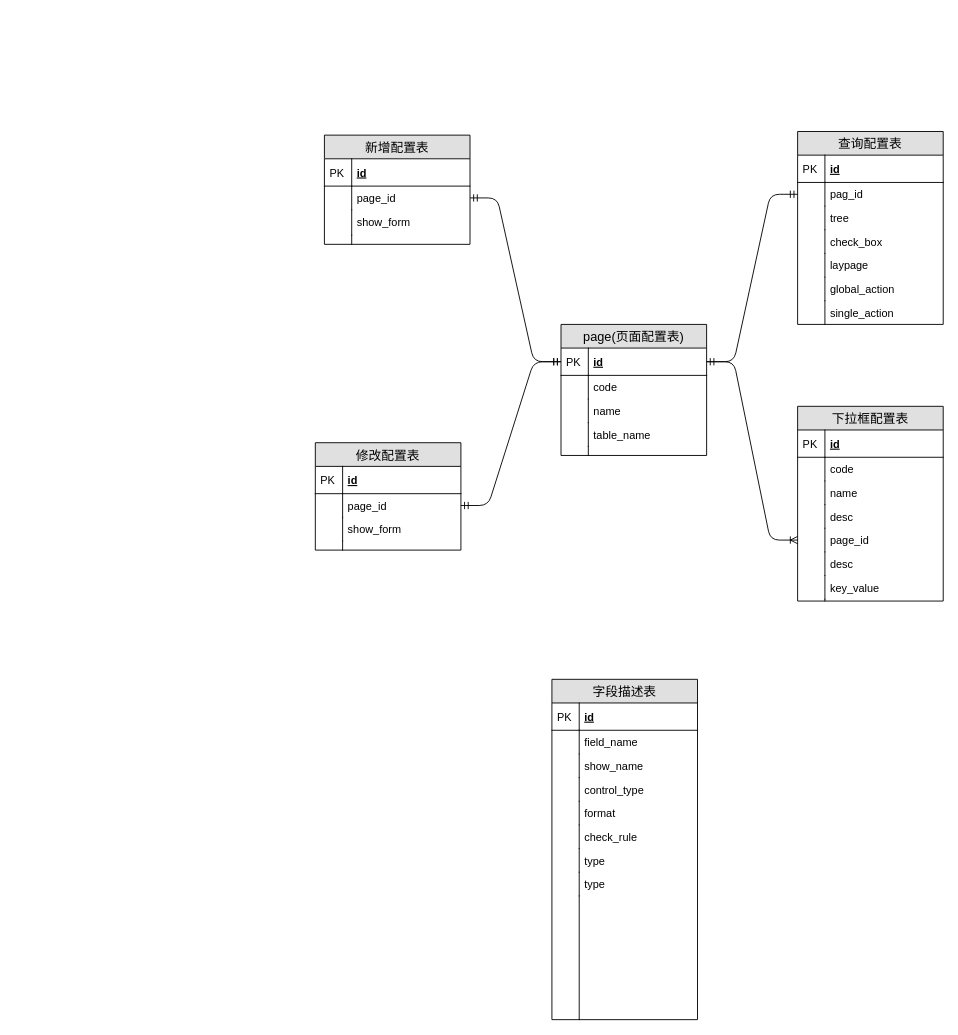
huhailong147/Test keeps this draw.io diagram as 查询框架设置.drawio. Above is the earlier version. Source tidied: cells renumbered, new cells numbered last; positions are measured from the earlier drawing's top-left corner, leaving out a move shared by most shapes. Both pictures are drawn from the tidied source at 91%, with x=0, y=0 at pixel (315, 131).
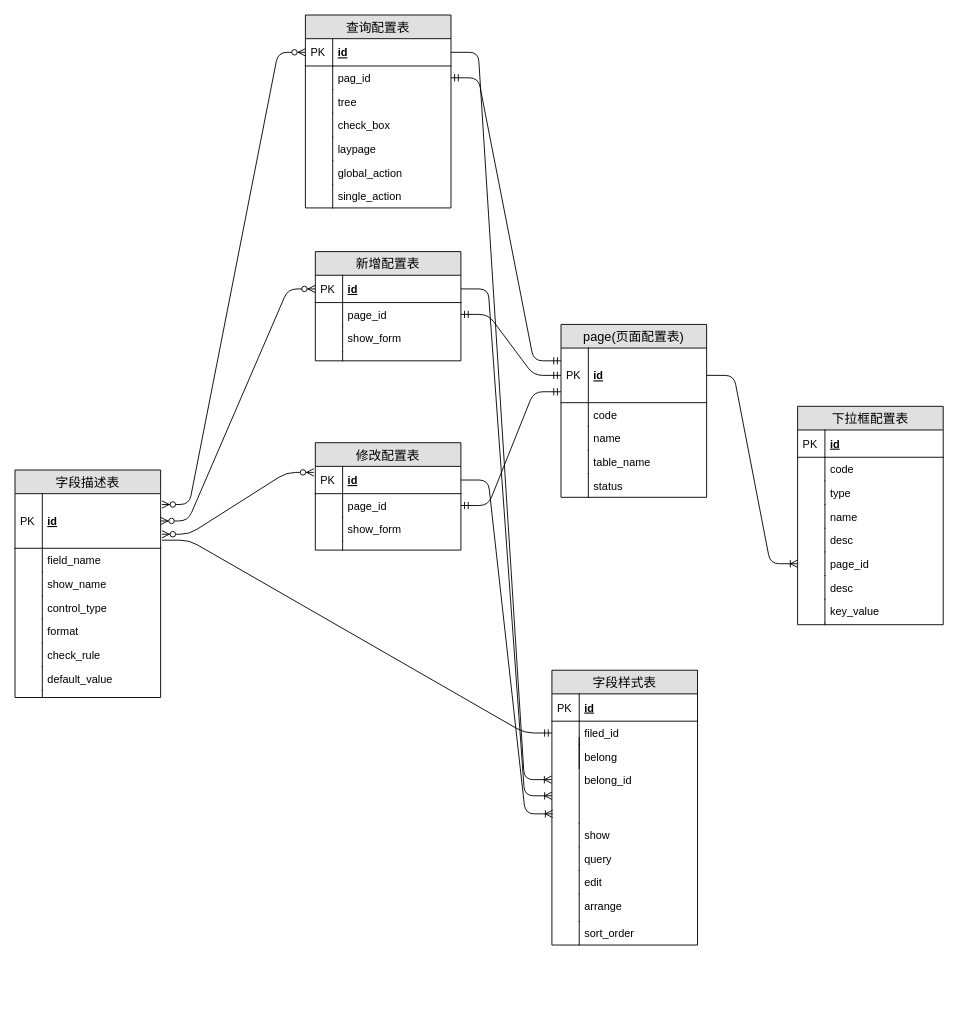
The same diagram, later.

Commit message:
查询框架设置.drawio

The change refers to these unchanged cells:
```xml
<mxCell id="31" value="id" style="shape=partialRectangle;top=0;left=0;right=0;bottom=1;align=left;verticalAlign=middle;fillColor=none;spacingLeft=34;spacingRight=4;overflow=hidden;points=[[0,0.5],[1,0.5]];portConstraint=eastwest;fontStyle=5;fontSize=12;" parent="30" vertex="1">
  <mxGeometry y="26" width="160" height="30" as="geometry" />
</mxCell>
<mxCell id="33" value="pag_id" style="shape=partialRectangle;top=0;left=0;right=0;bottom=0;align=left;verticalAlign=top;fillColor=none;spacingLeft=34;spacingRight=4;overflow=hidden;points=[[0,0.5],[1,0.5]];portConstraint=eastwest;fontSize=12;" parent="30" vertex="1">
  <mxGeometry y="56" width="160" height="26" as="geometry" />
</mxCell>
<mxCell id="46" value="id" style="shape=partialRectangle;top=0;left=0;right=0;bottom=1;align=left;verticalAlign=middle;fillColor=none;spacingLeft=34;spacingRight=4;overflow=hidden;points=[[0,0.5],[1,0.5]];portConstraint=eastwest;fontStyle=5;fontSize=12;" parent="45" vertex="1">
  <mxGeometry y="26" width="160" height="30" as="geometry" />
</mxCell>
<mxCell id="55" value="id" style="shape=partialRectangle;top=0;left=0;right=0;bottom=1;align=left;verticalAlign=middle;fillColor=none;spacingLeft=34;spacingRight=4;overflow=hidden;points=[[0,0.5],[1,0.5]];portConstraint=eastwest;fontStyle=5;fontSize=12;" parent="54" vertex="1">
  <mxGeometry y="26" width="160" height="30" as="geometry" />
</mxCell>
<mxCell id="57" value="page_id" style="shape=partialRectangle;top=0;left=0;right=0;bottom=0;align=left;verticalAlign=top;fillColor=none;spacingLeft=34;spacingRight=4;overflow=hidden;points=[[0,0.5],[1,0.5]];portConstraint=eastwest;fontSize=12;" parent="54" vertex="1">
  <mxGeometry y="56" width="160" height="26" as="geometry" />
</mxCell>
```

The edit, as a diff of the source:
```diff
@@
     <mxCell id="2" value="page(页面配置表)" style="swimlane;fontStyle=0;horizontal=1;startSize=26;fillColor=#e0e0e0;swimlaneFillColor=#ffffff;align=center;fontSize=14;" parent="1" vertex="1">
-      <mxGeometry x="270" y="212" width="160" height="144" as="geometry" />
+      <mxGeometry x="270" y="212" width="160" height="190" as="geometry" />
     </mxCell>
     <mxCell id="3" value="id" style="shape=partialRectangle;top=0;left=0;right=0;bottom=1;align=left;verticalAlign=middle;fillColor=none;spacingLeft=34;spacingRight=4;overflow=hidden;points=[[0,0.5],[1,0.5]];portConstraint=eastwest;fontStyle=5;fontSize=12;" parent="2" vertex="1">
-      <mxGeometry y="26" width="160" height="30" as="geometry" />
+      <mxGeometry y="26" width="160" height="60" as="geometry" />
     </mxCell>
     <mxCell id="4" value="PK" style="shape=partialRectangle;top=0;left=0;bottom=0;fillColor=none;align=left;verticalAlign=middle;spacingLeft=4;spacingRight=4;overflow=hidden;fontSize=12;" parent="3" vertex="1">
-      <mxGeometry width="30" height="30" as="geometry" />
+      <mxGeometry width="30" height="60" as="geometry" />
     </mxCell>
     <mxCell id="5" value="code" style="shape=partialRectangle;top=0;left=0;right=0;bottom=0;align=left;verticalAlign=top;fillColor=none;spacingLeft=34;spacingRight=4;overflow=hidden;fontSize=12;" parent="2" vertex="1">
-      <mxGeometry y="56" width="160" height="26" as="geometry" />
+      <mxGeometry y="86" width="160" height="26" as="geometry" />
     </mxCell>
@@
     <mxCell id="7" value="name" style="shape=partialRectangle;top=0;left=0;right=0;bottom=0;align=left;verticalAlign=top;fillColor=none;spacingLeft=34;spacingRight=4;overflow=hidden;fontSize=12;" parent="2" vertex="1">
-      <mxGeometry y="82" width="160" height="26" as="geometry" />
+      <mxGeometry y="112" width="160" height="26" as="geometry" />
     </mxCell>
@@
     <mxCell id="9" value="table_name" style="shape=partialRectangle;top=0;left=0;right=0;bottom=0;align=left;verticalAlign=top;fillColor=none;spacingLeft=34;spacingRight=4;overflow=hidden;fontSize=12;" parent="2" vertex="1">
-      <mxGeometry y="108" width="160" height="26" as="geometry" />
+      <mxGeometry y="138" width="160" height="26" as="geometry" />
     </mxCell>
@@
+    <mxCell id="86" value="status" style="shape=partialRectangle;top=0;left=0;right=0;bottom=0;align=left;verticalAlign=top;fillColor=none;spacingLeft=34;spacingRight=4;overflow=hidden;fontSize=12;" parent="2" vertex="1">
+      <mxGeometry y="164" width="160" height="26" as="geometry" />
+    </mxCell>
+    <mxCell id="87" style="shape=partialRectangle;top=0;left=0;bottom=0;fillColor=none;align=left;verticalAlign=top;spacingLeft=4;spacingRight=4;overflow=hidden;fontSize=12;" parent="86" vertex="1">
+      <mxGeometry width="30" height="26" as="geometry" />
+    </mxCell>
     <mxCell id="11" style="shape=partialRectangle;top=0;left=0;right=0;bottom=0;align=left;verticalAlign=top;fillColor=none;spacingLeft=34;spacingRight=4;overflow=hidden;fontSize=12;" parent="2" vertex="1">
-      <mxGeometry y="134" width="160" height="10" as="geometry" />
+      <mxGeometry y="190" width="160" as="geometry" />
     </mxCell>
     <mxCell id="12" style="shape=partialRectangle;top=0;left=0;bottom=0;fillColor=none;align=left;verticalAlign=top;spacingLeft=4;spacingRight=4;overflow=hidden;fontSize=12;" parent="11" vertex="1">
-      <mxGeometry width="30" height="10" as="geometry" />
+      <mxGeometry width="30" as="geometry" />
     </mxCell>
     <mxCell id="13" value="下拉框配置表" style="swimlane;fontStyle=0;horizontal=1;startSize=26;fillColor=#e0e0e0;swimlaneFillColor=#ffffff;align=center;fontSize=14;" parent="1" vertex="1">
-      <mxGeometry x="530" y="302" width="160" height="214" as="geometry" />
+      <mxGeometry x="530" y="302" width="160" height="240" as="geometry" />
     </mxCell>
@@
+    <mxCell id="88" value="type" style="shape=partialRectangle;top=0;left=0;right=0;bottom=0;align=left;verticalAlign=top;fillColor=none;spacingLeft=34;spacingRight=4;overflow=hidden;fontSize=12;" parent="13" vertex="1">
+      <mxGeometry y="82" width="160" height="26" as="geometry" />
+    </mxCell>
+    <mxCell id="89" style="shape=partialRectangle;top=0;left=0;bottom=0;fillColor=none;align=left;verticalAlign=top;spacingLeft=4;spacingRight=4;overflow=hidden;fontSize=12;" parent="88" vertex="1">
+      <mxGeometry width="30" height="26" as="geometry" />
+    </mxCell>
     <mxCell id="18" value="name&#10;" style="shape=partialRectangle;top=0;left=0;right=0;bottom=0;align=left;verticalAlign=top;fillColor=none;spacingLeft=34;spacingRight=4;overflow=hidden;fontSize=12;" parent="13" vertex="1">
-      <mxGeometry y="82" width="160" height="26" as="geometry" />
+      <mxGeometry y="108" width="160" height="26" as="geometry" />
     </mxCell>
@@
     <mxCell id="20" value="desc" style="shape=partialRectangle;top=0;left=0;right=0;bottom=0;align=left;verticalAlign=top;fillColor=none;spacingLeft=34;spacingRight=4;overflow=hidden;fontSize=12;" parent="13" vertex="1">
-      <mxGeometry y="108" width="160" height="26" as="geometry" />
+      <mxGeometry y="134" width="160" height="26" as="geometry" />
     </mxCell>
@@
     <mxCell id="22" value="page_id" style="shape=partialRectangle;top=0;left=0;right=0;bottom=0;align=left;verticalAlign=top;fillColor=none;spacingLeft=34;spacingRight=4;overflow=hidden;points=[[0,0.5],[1,0.5]];portConstraint=eastwest;fontSize=12;" parent="13" vertex="1">
-      <mxGeometry y="134" width="160" height="26" as="geometry" />
+      <mxGeometry y="160" width="160" height="26" as="geometry" />
     </mxCell>
@@
     <mxCell id="24" value="desc" style="shape=partialRectangle;top=0;left=0;right=0;bottom=0;align=left;verticalAlign=top;fillColor=none;spacingLeft=34;spacingRight=4;overflow=hidden;fontSize=12;" parent="13" vertex="1">
-      <mxGeometry y="160" width="160" height="26" as="geometry" />
+      <mxGeometry y="186" width="160" height="26" as="geometry" />
     </mxCell>
@@
     <mxCell id="26" value="key_value" style="shape=partialRectangle;top=0;left=0;right=0;bottom=0;align=left;verticalAlign=top;fillColor=none;spacingLeft=34;spacingRight=4;overflow=hidden;fontSize=12;" parent="13" vertex="1">
-      <mxGeometry y="186" width="160" height="26" as="geometry" />
+      <mxGeometry y="212" width="160" height="26" as="geometry" />
     </mxCell>
@@
     <mxCell id="28" style="shape=partialRectangle;top=0;left=0;right=0;bottom=0;align=left;verticalAlign=top;fillColor=none;spacingLeft=34;spacingRight=4;overflow=hidden;fontSize=12;" parent="13" vertex="1">
-      <mxGeometry y="212" width="160" height="2" as="geometry" />
+      <mxGeometry y="238" width="160" height="2" as="geometry" />
     </mxCell>
@@
     <mxCell id="30" value="查询配置表" style="swimlane;fontStyle=0;horizontal=1;startSize=26;fillColor=#e0e0e0;swimlaneFillColor=#ffffff;align=center;fontSize=14;" parent="1" vertex="1">
-      <mxGeometry x="530" width="160" height="212" as="geometry" />
+      <mxGeometry x="-10.9" y="-128" width="160" height="212" as="geometry" />
     </mxCell>
@@
     <mxCell id="45" value="新增配置表" style="swimlane;fontStyle=0;horizontal=1;startSize=26;fillColor=#e0e0e0;swimlaneFillColor=#ffffff;align=center;fontSize=14;" parent="1" vertex="1">
-      <mxGeometry x="10" y="4" width="160" height="120" as="geometry" />
+      <mxGeometry y="132" width="160" height="120" as="geometry" />
     </mxCell>
@@
-    <mxCell id="64" style="edgeStyle=entityRelationEdgeStyle;fontSize=12;html=1;endArrow=ERmandOne;startArrow=ERmandOne;entryX=0;entryY=0.5;entryDx=0;entryDy=0;exitX=1;exitY=0.5;exitDx=0;exitDy=0;" parent="1" edge="1" source="3" target="33">
-      <mxGeometry relative="1" as="geometry" />
-    </mxCell>
@@
-    <mxCell id="66" style="edgeStyle=entityRelationEdgeStyle;fontSize=12;html=1;endArrow=ERmandOne;startArrow=ERmandOne;exitX=1;exitY=0.5;exitDx=0;exitDy=0;entryX=0;entryY=0.5;entryDx=0;entryDy=0;" parent="1" edge="1" source="57" target="3">
-      <mxGeometry relative="1" as="geometry" />
+    <mxCell id="66" style="edgeStyle=entityRelationEdgeStyle;fontSize=12;html=1;endArrow=ERmandOne;startArrow=ERmandOne;exitX=1;exitY=0.5;exitDx=0;exitDy=0;" parent="1" edge="1" source="57">
+      <mxGeometry relative="1" as="geometry">
+        <mxPoint x="270" y="286" as="targetPoint" />
+      </mxGeometry>
     </mxCell>
     <mxCell id="67" value="字段描述表" style="swimlane;fontStyle=0;horizontal=1;startSize=26;fillColor=#e0e0e0;swimlaneFillColor=#ffffff;align=center;fontSize=14;" parent="1" vertex="1">
-      <mxGeometry x="260" y="602" width="160" height="374" as="geometry" />
+      <mxGeometry x="-330" y="372" width="160" height="250" as="geometry" />
     </mxCell>
     <mxCell id="68" value="id" style="shape=partialRectangle;top=0;left=0;right=0;bottom=1;align=left;verticalAlign=middle;fillColor=none;spacingLeft=34;spacingRight=4;overflow=hidden;points=[[0,0.5],[1,0.5]];portConstraint=eastwest;fontStyle=5;fontSize=12;" parent="67" vertex="1">
-      <mxGeometry y="26" width="160" height="30" as="geometry" />
+      <mxGeometry y="26" width="160" height="60" as="geometry" />
     </mxCell>
     <mxCell id="69" value="PK" style="shape=partialRectangle;top=0;left=0;bottom=0;fillColor=none;align=left;verticalAlign=middle;spacingLeft=4;spacingRight=4;overflow=hidden;fontSize=12;" parent="68" vertex="1">
-      <mxGeometry width="30" height="30" as="geometry" />
+      <mxGeometry width="30" height="60" as="geometry" />
     </mxCell>
     <mxCell id="70" value="field_name" style="shape=partialRectangle;top=0;left=0;right=0;bottom=0;align=left;verticalAlign=top;fillColor=none;spacingLeft=34;spacingRight=4;overflow=hidden;fontSize=12;" parent="67" vertex="1">
-      <mxGeometry y="56" width="160" height="26" as="geometry" />
+      <mxGeometry y="86" width="160" height="26" as="geometry" />
     </mxCell>
@@
     <mxCell id="72" value="show_name" style="shape=partialRectangle;top=0;left=0;right=0;bottom=0;align=left;verticalAlign=top;fillColor=none;spacingLeft=34;spacingRight=4;overflow=hidden;fontSize=12;" parent="67" vertex="1">
-      <mxGeometry y="82" width="160" height="26" as="geometry" />
+      <mxGeometry y="112" width="160" height="26" as="geometry" />
     </mxCell>
@@
     <mxCell id="74" value="control_type" style="shape=partialRectangle;top=0;left=0;right=0;bottom=0;align=left;verticalAlign=top;fillColor=none;spacingLeft=34;spacingRight=4;overflow=hidden;fontSize=12;" parent="67" vertex="1">
-      <mxGeometry y="108" width="160" height="26" as="geometry" />
+      <mxGeometry y="138" width="160" height="26" as="geometry" />
     </mxCell>
@@
     <mxCell id="76" value="format" style="shape=partialRectangle;top=0;left=0;right=0;bottom=0;align=left;verticalAlign=top;fillColor=none;spacingLeft=34;spacingRight=4;overflow=hidden;fontSize=12;" parent="67" vertex="1">
-      <mxGeometry y="134" width="160" height="26" as="geometry" />
+      <mxGeometry y="164" width="160" height="26" as="geometry" />
     </mxCell>
@@
     <mxCell id="78" value="check_rule" style="shape=partialRectangle;top=0;left=0;right=0;bottom=0;align=left;verticalAlign=top;fillColor=none;spacingLeft=34;spacingRight=4;overflow=hidden;fontSize=12;" parent="67" vertex="1">
-      <mxGeometry y="160" width="160" height="26" as="geometry" />
+      <mxGeometry y="190" width="160" height="26" as="geometry" />
     </mxCell>
@@
-    <mxCell id="80" value="type" style="shape=partialRectangle;top=0;left=0;right=0;bottom=0;align=left;verticalAlign=top;fillColor=none;spacingLeft=34;spacingRight=4;overflow=hidden;fontSize=12;" parent="67" vertex="1">
-      <mxGeometry y="186" width="160" height="26" as="geometry" />
-    </mxCell>
-    <mxCell id="81" style="shape=partialRectangle;top=0;left=0;bottom=0;fillColor=none;align=left;verticalAlign=top;spacingLeft=4;spacingRight=4;overflow=hidden;fontSize=12;" parent="80" vertex="1">
-      <mxGeometry width="30" height="26" as="geometry" />
-    </mxCell>
-    <mxCell id="82" value="type" style="shape=partialRectangle;top=0;left=0;right=0;bottom=0;align=left;verticalAlign=top;fillColor=none;spacingLeft=34;spacingRight=4;overflow=hidden;fontSize=12;" parent="67" vertex="1">
-      <mxGeometry y="212" width="160" height="26" as="geometry" />
-    </mxCell>
-    <mxCell id="83" style="shape=partialRectangle;top=0;left=0;bottom=0;fillColor=none;align=left;verticalAlign=top;spacingLeft=4;spacingRight=4;overflow=hidden;fontSize=12;" parent="82" vertex="1">
-      <mxGeometry width="30" height="26" as="geometry" />
-    </mxCell>
+    <mxCell id="90" value="default_value" style="shape=partialRectangle;top=0;left=0;right=0;bottom=0;align=left;verticalAlign=top;fillColor=none;spacingLeft=34;spacingRight=4;overflow=hidden;fontSize=12;" parent="67" vertex="1">
+      <mxGeometry y="216" width="160" height="26" as="geometry" />
+    </mxCell>
+    <mxCell id="91" style="shape=partialRectangle;top=0;left=0;bottom=0;fillColor=none;align=left;verticalAlign=top;spacingLeft=4;spacingRight=4;overflow=hidden;fontSize=12;" parent="90" vertex="1">
+      <mxGeometry width="30" height="26" as="geometry" />
+    </mxCell>
     <mxCell id="84" style="shape=partialRectangle;top=0;left=0;right=0;bottom=0;align=left;verticalAlign=top;fillColor=none;spacingLeft=34;spacingRight=4;overflow=hidden;fontSize=12;" parent="67" vertex="1">
-      <mxGeometry y="238" width="160" height="136" as="geometry" />
+      <mxGeometry y="242" width="160" height="8" as="geometry" />
     </mxCell>
     <mxCell id="85" style="shape=partialRectangle;top=0;left=0;bottom=0;fillColor=none;align=left;verticalAlign=top;spacingLeft=4;spacingRight=4;overflow=hidden;fontSize=12;" parent="84" vertex="1">
-      <mxGeometry width="30" height="136" as="geometry" />
+      <mxGeometry width="30" height="8" as="geometry" />
     </mxCell>
+    <mxCell id="92" value="字段样式表" style="swimlane;fontStyle=0;horizontal=1;startSize=26;fillColor=#e0e0e0;swimlaneFillColor=#ffffff;align=center;fontSize=14;" parent="1" vertex="1">
+      <mxGeometry x="260" y="592" width="160" height="302" as="geometry" />
+    </mxCell>
+    <mxCell id="93" value="id" style="shape=partialRectangle;top=0;left=0;right=0;bottom=1;align=left;verticalAlign=middle;fillColor=none;spacingLeft=34;spacingRight=4;overflow=hidden;fontStyle=5;fontSize=12;" parent="92" vertex="1">
+      <mxGeometry y="26" width="160" height="30" as="geometry" />
+    </mxCell>
+    <mxCell id="94" value="PK" style="shape=partialRectangle;top=0;left=0;bottom=0;fillColor=none;align=left;verticalAlign=middle;spacingLeft=4;spacingRight=4;overflow=hidden;fontSize=12;" parent="93" vertex="1">
+      <mxGeometry width="30" height="30" as="geometry" />
+    </mxCell>
+    <mxCell id="95" value="filed_id" style="shape=partialRectangle;top=0;left=0;right=0;bottom=0;align=left;verticalAlign=top;fillColor=none;spacingLeft=34;spacingRight=4;overflow=hidden;points=[[0,0.5],[1,0.5]];portConstraint=eastwest;fontSize=12;" parent="92" vertex="1">
+      <mxGeometry y="56" width="160" height="26" as="geometry" />
+    </mxCell>
+    <mxCell id="96" style="shape=partialRectangle;top=0;left=0;bottom=0;fillColor=none;align=left;verticalAlign=top;spacingLeft=4;spacingRight=4;overflow=hidden;fontSize=12;" parent="95" vertex="1">
+      <mxGeometry width="30" height="26" as="geometry" />
+    </mxCell>
+    <mxCell id="97" value="belong" style="shape=partialRectangle;top=0;left=0;right=0;bottom=0;align=left;verticalAlign=top;fillColor=none;spacingLeft=34;spacingRight=4;overflow=hidden;fontSize=12;" parent="92" vertex="1">
+      <mxGeometry y="82" width="160" height="26" as="geometry" />
+    </mxCell>
+    <mxCell id="98" style="shape=partialRectangle;top=0;left=0;bottom=0;fillColor=none;align=left;verticalAlign=top;spacingLeft=4;spacingRight=4;overflow=hidden;fontSize=12;" parent="97" vertex="1">
+      <mxGeometry width="30" height="26" as="geometry" />
+    </mxCell>
+    <mxCell id="99" value="belong_id" style="shape=partialRectangle;top=0;left=0;right=0;bottom=0;align=left;verticalAlign=top;fillColor=none;spacingLeft=34;spacingRight=4;overflow=hidden;points=[[0,0.5],[1,0.5]];portConstraint=eastwest;fontSize=12;" parent="92" vertex="1">
+      <mxGeometry y="108" width="160" height="60" as="geometry" />
+    </mxCell>
+    <mxCell id="100" style="shape=partialRectangle;top=0;left=0;bottom=0;fillColor=none;align=left;verticalAlign=top;spacingLeft=4;spacingRight=4;overflow=hidden;fontSize=12;" parent="99" vertex="1">
+      <mxGeometry y="-34" width="30" height="94" as="geometry" />
+    </mxCell>
+    <mxCell id="101" value="show" style="shape=partialRectangle;top=0;left=0;right=0;bottom=0;align=left;verticalAlign=top;fillColor=none;spacingLeft=34;spacingRight=4;overflow=hidden;fontSize=12;" parent="92" vertex="1">
+      <mxGeometry y="168" width="160" height="26" as="geometry" />
+    </mxCell>
+    <mxCell id="102" style="shape=partialRectangle;top=0;left=0;bottom=0;fillColor=none;align=left;verticalAlign=top;spacingLeft=4;spacingRight=4;overflow=hidden;fontSize=12;" parent="101" vertex="1">
+      <mxGeometry width="30" height="26" as="geometry" />
+    </mxCell>
+    <mxCell id="103" value="query" style="shape=partialRectangle;top=0;left=0;right=0;bottom=0;align=left;verticalAlign=top;fillColor=none;spacingLeft=34;spacingRight=4;overflow=hidden;fontSize=12;" parent="92" vertex="1">
+      <mxGeometry y="194" width="160" height="26" as="geometry" />
+    </mxCell>
+    <mxCell id="104" style="shape=partialRectangle;top=0;left=0;bottom=0;fillColor=none;align=left;verticalAlign=top;spacingLeft=4;spacingRight=4;overflow=hidden;fontSize=12;" parent="103" vertex="1">
+      <mxGeometry width="30" height="26" as="geometry" />
+    </mxCell>
+    <mxCell id="105" value="edit" style="shape=partialRectangle;top=0;left=0;right=0;bottom=0;align=left;verticalAlign=top;fillColor=none;spacingLeft=34;spacingRight=4;overflow=hidden;fontSize=12;" parent="92" vertex="1">
+      <mxGeometry y="220" width="160" height="26" as="geometry" />
+    </mxCell>
+    <mxCell id="106" style="shape=partialRectangle;top=0;left=0;bottom=0;fillColor=none;align=left;verticalAlign=top;spacingLeft=4;spacingRight=4;overflow=hidden;fontSize=12;" parent="105" vertex="1">
+      <mxGeometry width="30" height="26" as="geometry" />
+    </mxCell>
+    <mxCell id="107" value="arrange" style="shape=partialRectangle;top=0;left=0;right=0;bottom=0;align=left;verticalAlign=top;fillColor=none;spacingLeft=34;spacingRight=4;overflow=hidden;fontSize=12;" parent="92" vertex="1">
+      <mxGeometry y="246" width="160" height="30" as="geometry" />
+    </mxCell>
+    <mxCell id="108" style="shape=partialRectangle;top=0;left=0;bottom=0;fillColor=none;align=left;verticalAlign=top;spacingLeft=4;spacingRight=4;overflow=hidden;fontSize=12;" parent="107" vertex="1">
+      <mxGeometry width="30" height="30" as="geometry" />
+    </mxCell>
+    <mxCell id="109" value="sort_order" style="shape=partialRectangle;top=0;left=0;right=0;bottom=0;align=left;verticalAlign=top;fillColor=none;spacingLeft=34;spacingRight=4;overflow=hidden;fontSize=12;" parent="92" vertex="1">
+      <mxGeometry y="276" width="160" height="26" as="geometry" />
+    </mxCell>
+    <mxCell id="110" style="shape=partialRectangle;top=0;left=0;bottom=0;fillColor=none;align=left;verticalAlign=top;spacingLeft=4;spacingRight=4;overflow=hidden;fontSize=12;" parent="109" vertex="1">
+      <mxGeometry width="30" height="26" as="geometry" />
+    </mxCell>
+    <mxCell id="111" style="shape=partialRectangle;top=0;left=0;right=0;bottom=0;align=left;verticalAlign=top;fillColor=none;spacingLeft=34;spacingRight=4;overflow=hidden;fontSize=12;" parent="92" vertex="1">
+      <mxGeometry y="302" width="160" as="geometry" />
+    </mxCell>
+    <mxCell id="112" style="shape=partialRectangle;top=0;left=0;bottom=0;fillColor=none;align=left;verticalAlign=top;spacingLeft=4;spacingRight=4;overflow=hidden;fontSize=12;" parent="111" vertex="1">
+      <mxGeometry width="30" as="geometry" />
+    </mxCell>
+    <mxCell id="113" style="edgeStyle=entityRelationEdgeStyle;fontSize=12;html=1;endArrow=ERmandOne;entryX=0;entryY=0.5;entryDx=0;entryDy=0;exitX=1.009;exitY=0.852;exitDx=0;exitDy=0;exitPerimeter=0;" parent="1" edge="1" source="68" target="95">
+      <mxGeometry relative="1" as="geometry" />
+    </mxCell>
+    <mxCell id="114" style="edgeStyle=entityRelationEdgeStyle;fontSize=12;html=1;endArrow=ERzeroToMany;endFill=1;startArrow=ERzeroToMany;entryX=-0.01;entryY=0.22;entryDx=0;entryDy=0;entryPerimeter=0;exitX=1.009;exitY=0.743;exitDx=0;exitDy=0;exitPerimeter=0;" parent="1" edge="1" source="68" target="55">
+      <mxGeometry relative="1" as="geometry" />
+    </mxCell>
+    <mxCell id="115" style="edgeStyle=entityRelationEdgeStyle;fontSize=12;html=1;endArrow=ERzeroToMany;endFill=1;startArrow=ERzeroToMany;exitX=1;exitY=0.5;exitDx=0;exitDy=0;" parent="1" edge="1" source="68" target="46">
+      <mxGeometry relative="1" as="geometry" />
+    </mxCell>
+    <mxCell id="116" style="edgeStyle=entityRelationEdgeStyle;fontSize=12;html=1;endArrow=ERmandOne;startArrow=ERmandOne;exitX=1;exitY=0.5;exitDx=0;exitDy=0;" parent="1" edge="1" source="33">
+      <mxGeometry relative="1" as="geometry">
+        <mxPoint x="270" y="252" as="targetPoint" />
+      </mxGeometry>
+    </mxCell>
+    <mxCell id="117" style="edgeStyle=entityRelationEdgeStyle;fontSize=12;html=1;endArrow=ERzeroToMany;endFill=1;startArrow=ERzeroToMany;exitX=1.009;exitY=0.198;exitDx=0;exitDy=0;exitPerimeter=0;" parent="1" edge="1" source="68" target="31">
+      <mxGeometry relative="1" as="geometry" />
+    </mxCell>
+    <mxCell id="118" style="edgeStyle=entityRelationEdgeStyle;fontSize=12;html=1;endArrow=ERoneToMany;exitX=1;exitY=0.5;exitDx=0;exitDy=0;entryX=0.005;entryY=0.831;entryDx=0;entryDy=0;entryPerimeter=0;" parent="1" edge="1" source="55" target="99">
+      <mxGeometry relative="1" as="geometry" />
+    </mxCell>
+    <mxCell id="119" style="edgeStyle=entityRelationEdgeStyle;fontSize=12;html=1;endArrow=ERoneToMany;exitX=1;exitY=0.5;exitDx=0;exitDy=0;" parent="1" edge="1" source="46" target="99">
+      <mxGeometry relative="1" as="geometry" />
+    </mxCell>
+    <mxCell id="120" style="edgeStyle=entityRelationEdgeStyle;fontSize=12;html=1;endArrow=ERoneToMany;entryX=-0.002;entryY=0.204;entryDx=0;entryDy=0;exitX=1;exitY=0.5;exitDx=0;exitDy=0;entryPerimeter=0;" parent="1" edge="1" source="31" target="99">
+      <mxGeometry relative="1" as="geometry" />
+    </mxCell>
```
